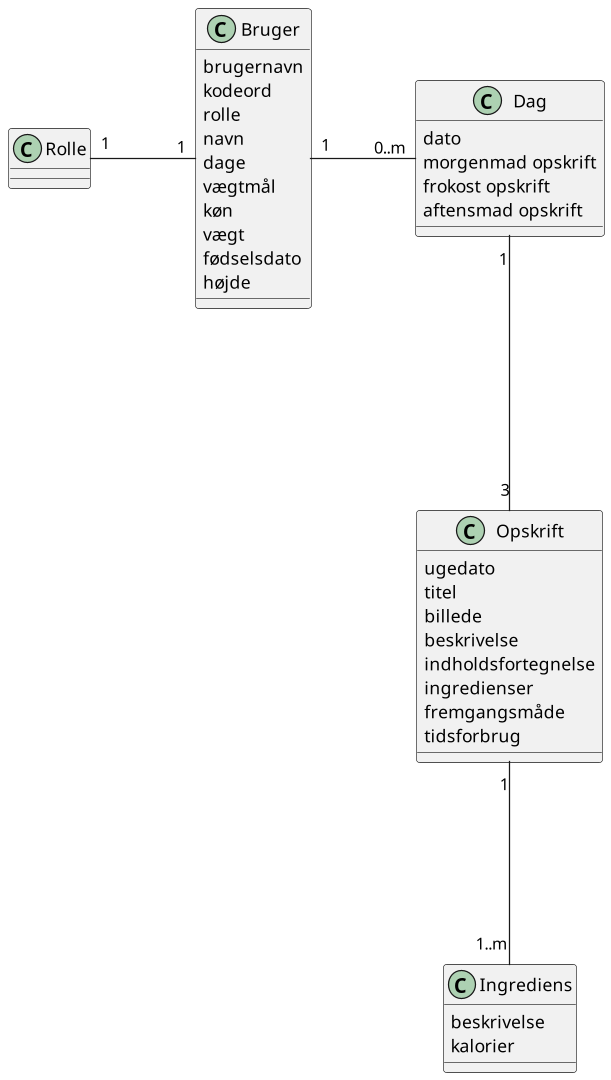
Before: diagram/domain-model.png, a diagram exported from PlantUML (sofush/kostplan).
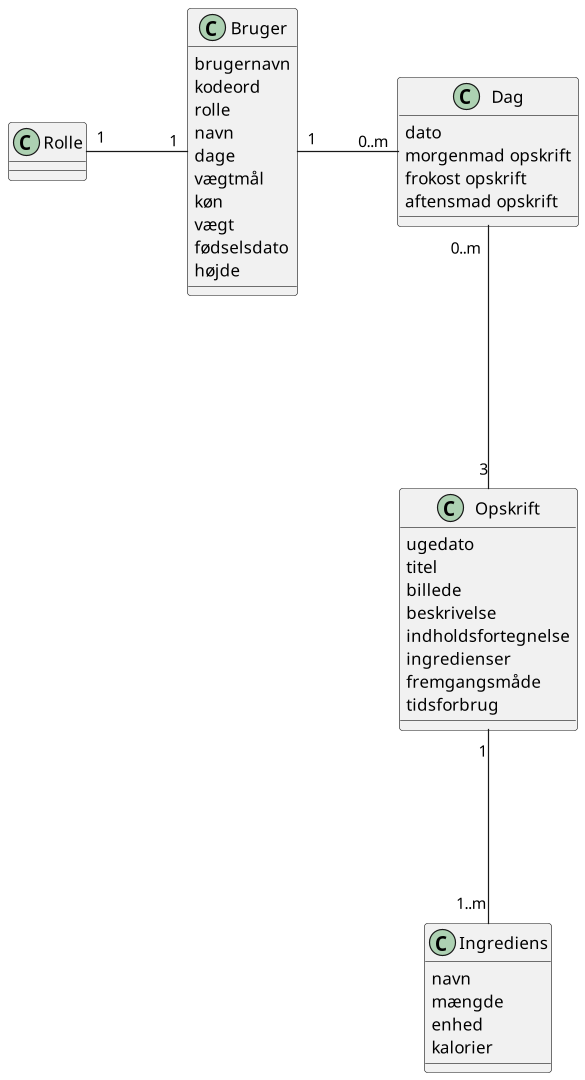
After the change.

Commit message:
docs: update multiplicity and attributes in domain model

Change to the diagram source:
```diff
@@ -30,13 +30,15 @@
 	tidsforbrug
 }
 class Ingrediens {
-	beskrivelse
+	navn
+	mængde
+	enhed
 	kalorier
 }
 
 Rolle "1" -r-- "1" Bruger
 Bruger "1" -r-- "0..m" Dag
-Dag "1" --- "3" Opskrift
+Dag "0..m" --- "3" Opskrift
 Opskrift "1" --- "1..m" Ingrediens
 
 @enduml
```
